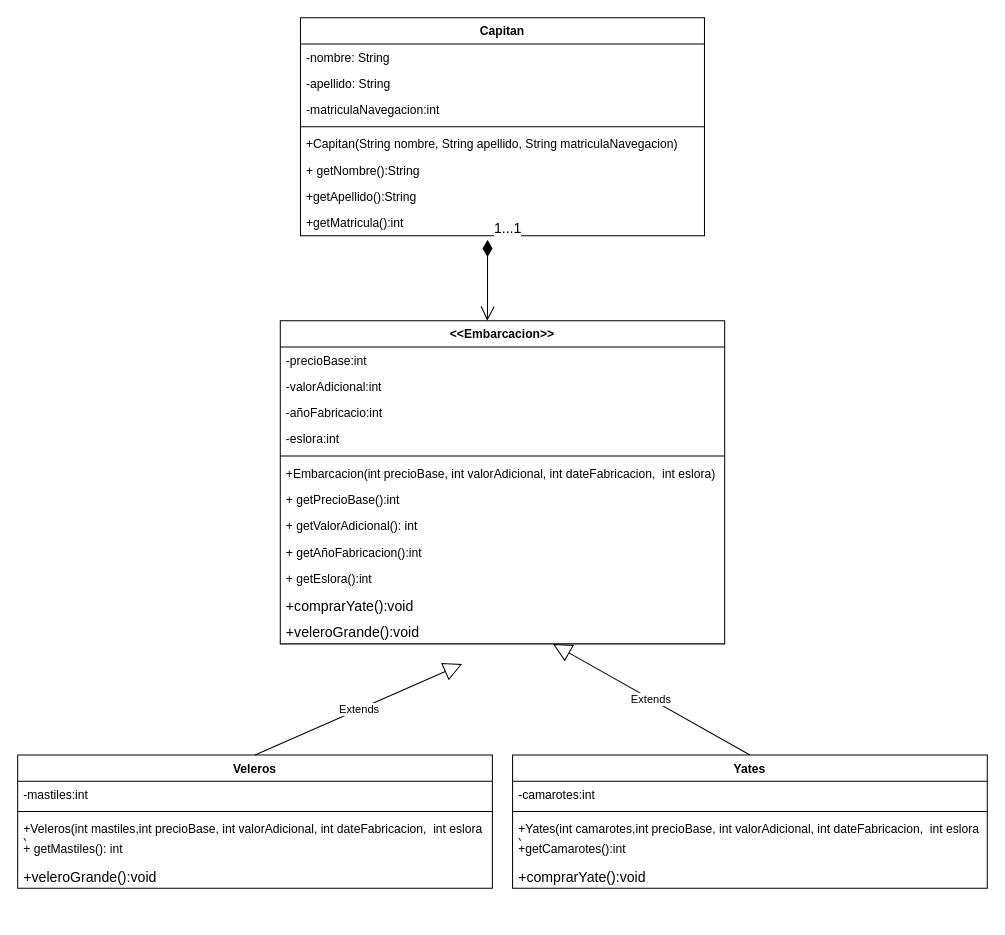
Before: Diagrama sin título.drawio in EmmanuelUs4/Embarcaciones, a draw.io diagram. Source tidied: cells renumbered, new cells numbered last; positions are measured from the earlier drawing's top-left corner, leaving out a move shared by most shapes. Both pictures are drawn from the tidied source at 101%, with x=0, y=0 at pixel (17, 17).
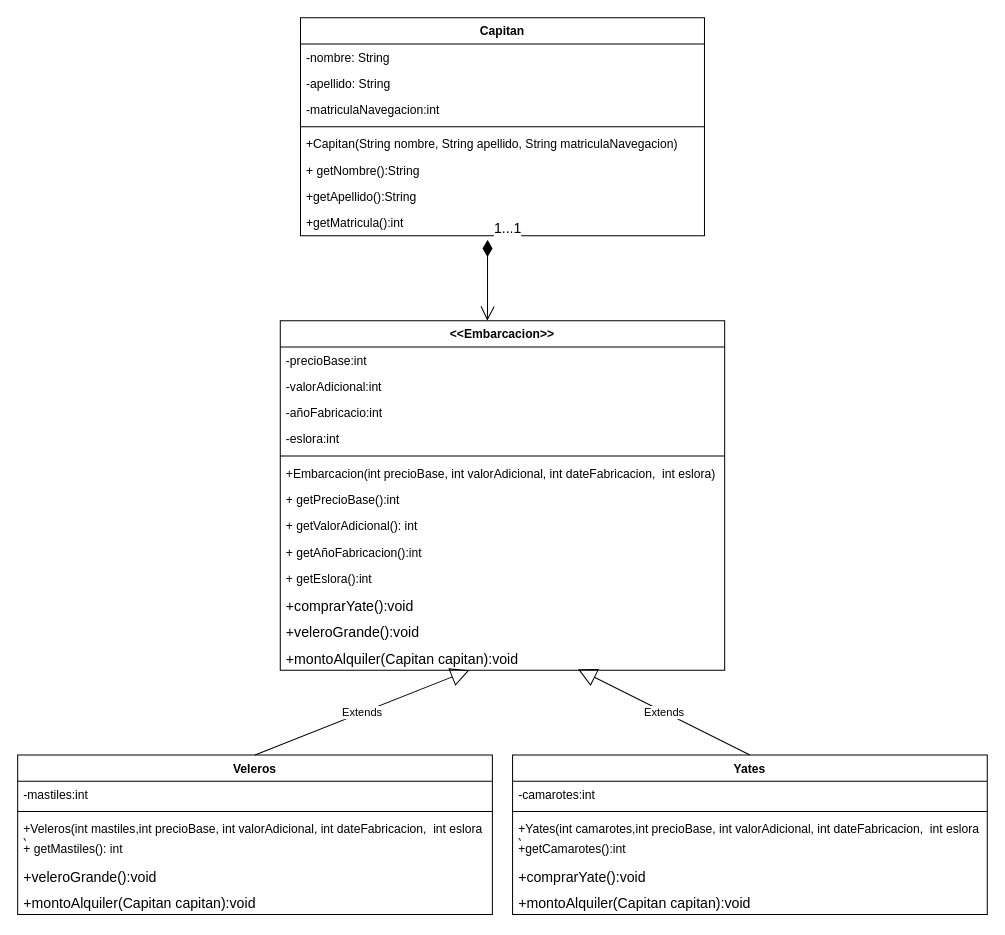
Above is the later version.

Change to the diagram source:
```diff
@@
     <mxCell id="2" value="&lt;&lt;Embarcacion&gt;&gt;" style="swimlane;fontStyle=1;align=center;verticalAlign=top;horizontal=1;startSize=26;" parent="1" vertex="1">
-      <mxGeometry x="260" y="300" width="440" height="320" as="geometry" />
+      <mxGeometry x="260" y="300" width="440" height="346" as="geometry" />
     </mxCell>
@@
+    <mxCell id="39" value="+montoAlquiler(Capitan capitan):void" style="text;strokeColor=none;fillColor=none;align=left;verticalAlign=top;spacingLeft=4;spacingRight=4;overflow=hidden;points=[[0,0.5],[1,0.5]];portConstraint=eastwest;fontSize=14;" parent="2" vertex="1">
+      <mxGeometry y="320" width="440" height="26" as="geometry" />
+    </mxCell>
@@
     <mxCell id="24" value="Veleros" style="swimlane;fontStyle=1;align=center;verticalAlign=top;horizontal=1;startSize=26;" parent="1" vertex="1">
-      <mxGeometry y="730" width="470" height="132" as="geometry" />
+      <mxGeometry y="730" width="470" height="158" as="geometry" />
     </mxCell>
@@
+    <mxCell id="40" value="+montoAlquiler(Capitan capitan):void" style="text;strokeColor=none;fillColor=none;align=left;verticalAlign=top;spacingLeft=4;spacingRight=4;overflow=hidden;fontSize=14;" parent="24" vertex="1">
+      <mxGeometry y="132" width="470" height="26" as="geometry" />
+    </mxCell>
     <mxCell id="30" value="Yates" style="swimlane;fontStyle=1;align=center;verticalAlign=top;horizontal=1;startSize=26;" parent="1" vertex="1">
-      <mxGeometry x="490" y="730" width="470" height="132" as="geometry" />
+      <mxGeometry x="490" y="730" width="470" height="158" as="geometry" />
     </mxCell>
@@
+    <mxCell id="41" value="+montoAlquiler(Capitan capitan):void" style="text;strokeColor=none;fillColor=none;align=left;verticalAlign=top;spacingLeft=4;spacingRight=4;overflow=hidden;fontSize=14;" parent="30" vertex="1">
+      <mxGeometry y="132" width="470" height="26" as="geometry" />
+    </mxCell>
-    <mxCell id="36" value="Extends" style="endArrow=block;endSize=16;endFill=0;html=1;rounded=0;exitX=0.5;exitY=0;exitDx=0;exitDy=0;" parent="1" edge="1" source="24">
-      <mxGeometry relative="1" as="geometry">
-        <mxPoint x="440" y="640" as="targetPoint" />
-      </mxGeometry>
+    <mxCell id="36" value="Extends" style="endArrow=block;endSize=16;endFill=0;html=1;rounded=0;exitX=0.5;exitY=0;exitDx=0;exitDy=0;" parent="1" edge="1" source="24" target="39">
+      <mxGeometry relative="1" as="geometry" />
     </mxCell>
-    <mxCell id="37" value="Extends" style="endArrow=block;endSize=16;endFill=0;html=1;rounded=0;exitX=0.5;exitY=0;exitDx=0;exitDy=0;" parent="1" edge="1" source="30">
-      <mxGeometry relative="1" as="geometry">
-        <mxPoint x="530" y="620" as="targetPoint" />
-      </mxGeometry>
+    <mxCell id="37" value="Extends" style="endArrow=block;endSize=16;endFill=0;html=1;rounded=0;exitX=0.5;exitY=0;exitDx=0;exitDy=0;entryX=0.67;entryY=0.962;entryDx=0;entryDy=0;entryPerimeter=0;" parent="1" edge="1" source="30" target="39">
+      <mxGeometry relative="1" as="geometry" />
     </mxCell>
```
